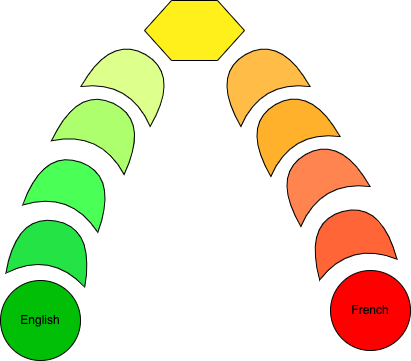
Before: Documents/pictures/Color chart.png, a diagram exported from draw.io (algosup/2022-Project-Artificial-Intelligence-Group-B). Source tidied: cells renumbered, new cells last; positions are measured from the earlier drawing's top-left corner, leaving out a move shared by most shapes.
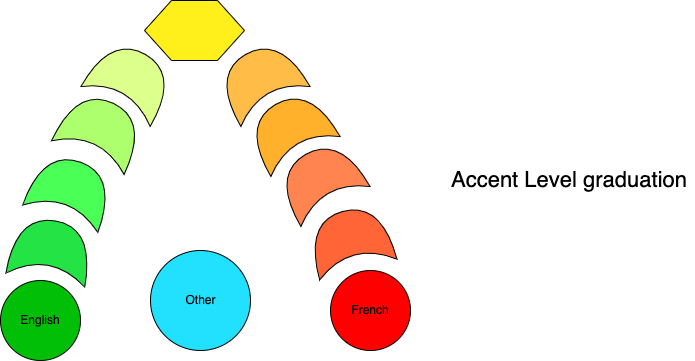
The same diagram one commit later.

Commit message:
update chart and functional

adding none in diagram and update in depth

Diff of the diagram source:
```diff
@@ -35,5 +35,11 @@
     <mxCell id="12" style="verticalLabelPosition=bottom;verticalAlign=top;html=1;shape=hexagon;perimeter=hexagonPerimeter2;arcSize=6;size=0.27;strokeWidth=1;fillColor=#FFF01C;" parent="1" vertex="1">
       <mxGeometry x="144" width="100" height="60" as="geometry" />
     </mxCell>
+    <mxCell id="13" value="Other" style="verticalLabelPosition=middle;verticalAlign=middle;html=1;shape=mxgraph.flowchart.on-page_reference;strokeWidth=1;fillColor=#21E1FF;fontSize=12;labelPosition=center;align=center;" parent="1" vertex="1">
+      <mxGeometry x="150" y="250" width="100" height="100" as="geometry" />
+    </mxCell>
+    <mxCell id="14" value="Accent Level graduation" style="rounded=0;whiteSpace=wrap;html=1;fontSize=22;strokeWidth=1;fillColor=#FFFFFF;strokeColor=none;" parent="1" vertex="1">
+      <mxGeometry x="444" y="150" width="250" height="60" as="geometry" />
+    </mxCell>
   </root>
 </mxGraphModel>
```
